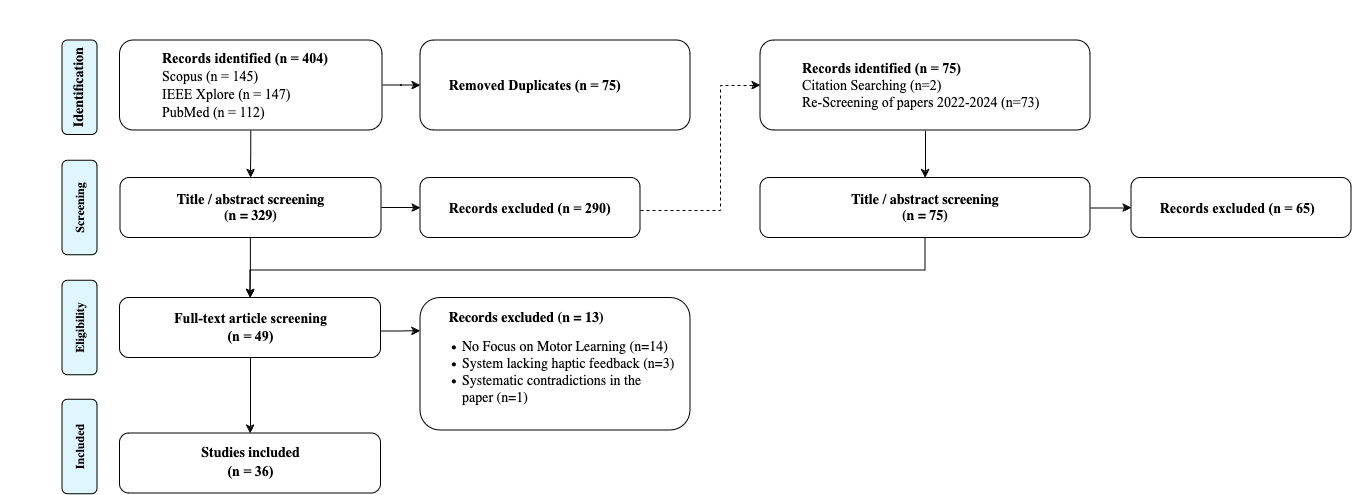
Hobsyllvin/Literature-Research-Master-Thesis keeps this draw.io diagram as figures/prisma_overview.png. Above is the earlier version. Source tidied: cells renumbered, new cells last; positions are measured from the earlier drawing's top-left corner, leaving out a move shared by most shapes.
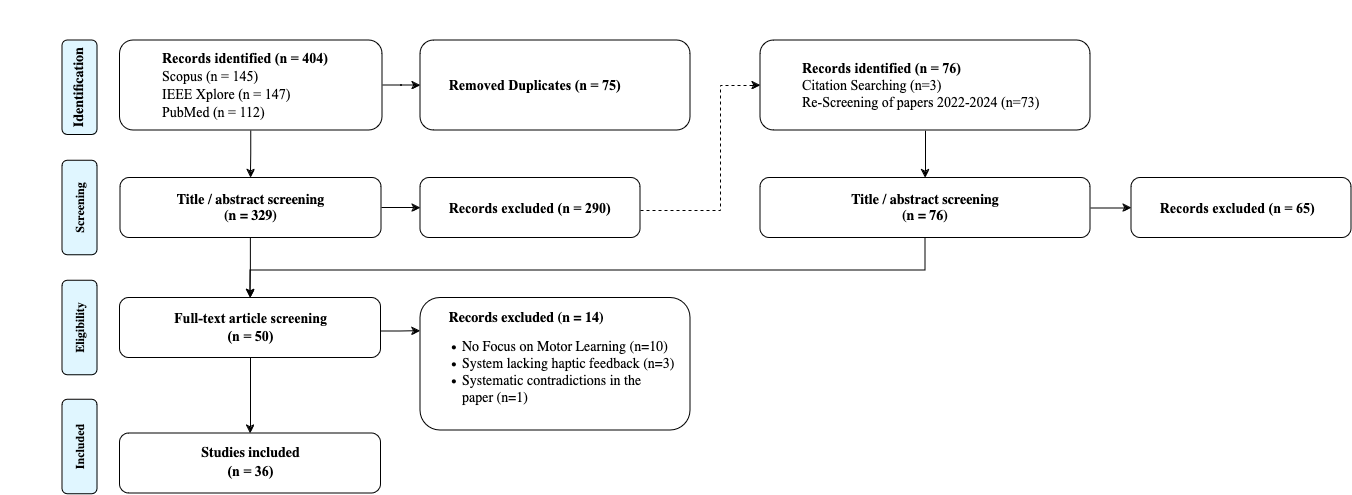
Later version of the same file.

The edit, as a diff of the source:
```diff
@@ -31,13 +31,13 @@
         </Array>
       </mxGeometry>
     </mxCell>
-    <mxCell id="10" value="&lt;div&gt;&lt;font style=&quot;font-size: 14px;&quot; face=&quot;Times New Roman&quot;&gt;&lt;b&gt;&lt;font&gt;Full-text article screening&lt;/font&gt;&lt;/b&gt;&lt;/font&gt;&lt;/div&gt;&lt;div&gt;&lt;b&gt;&lt;font style=&quot;font-size: 14px;&quot; face=&quot;Times New Roman&quot;&gt;(n = 49)&lt;/font&gt;&lt;font size=&quot;3&quot; face=&quot;kwr3ORwjJ1YsfLUXT_0h&quot;&gt;&lt;br&gt;&lt;/font&gt;&lt;/b&gt;&lt;/div&gt;" style="rounded=1;whiteSpace=wrap;html=1;fontSize=12;glass=0;strokeWidth=1;shadow=0;" parent="1" vertex="1">
+    <mxCell id="10" value="&lt;div&gt;&lt;font style=&quot;font-size: 14px;&quot; face=&quot;Times New Roman&quot;&gt;&lt;b&gt;&lt;font&gt;Full-text article screening&lt;/font&gt;&lt;/b&gt;&lt;/font&gt;&lt;/div&gt;&lt;div&gt;&lt;b&gt;&lt;font style=&quot;font-size: 14px;&quot; face=&quot;Times New Roman&quot;&gt;(n = 50)&lt;/font&gt;&lt;font size=&quot;3&quot; face=&quot;kwr3ORwjJ1YsfLUXT_0h&quot;&gt;&lt;br&gt;&lt;/font&gt;&lt;/b&gt;&lt;/div&gt;" style="rounded=1;whiteSpace=wrap;html=1;fontSize=12;glass=0;strokeWidth=1;shadow=0;" parent="1" vertex="1">
       <mxGeometry x="119.5" y="297.5" width="261" height="60" as="geometry" />
     </mxCell>
     <mxCell id="11" value="&lt;div align=&quot;left&quot;&gt;&lt;div&gt;&lt;font face=&quot;Times New Roman&quot;&gt;&lt;b&gt;&lt;font style=&quot;font-size: 14px;&quot;&gt;&lt;span style=&quot;white-space: pre;&quot;&gt;&#9;&lt;/span&gt;Records excluded (n = 290)&lt;/font&gt;&lt;/b&gt;&lt;/font&gt;&lt;/div&gt;&lt;/div&gt;" style="rounded=1;whiteSpace=wrap;html=1;fontSize=12;glass=0;strokeWidth=1;shadow=0;align=left;" parent="1" vertex="1">
       <mxGeometry x="420" y="177.5" width="220" height="60" as="geometry" />
     </mxCell>
-    <mxCell id="12" value="&lt;div align=&quot;justify&quot;&gt;&lt;b&gt;&lt;font style=&quot;font-size: 14px;&quot; face=&quot;Lucida Console&quot;&gt;&lt;span style=&quot;white-space: pre;&quot;&gt;&#9;&lt;/span&gt;Records excluded (n = 13)&lt;/font&gt;&lt;/b&gt;&lt;/div&gt;&lt;div align=&quot;justify&quot;&gt;&lt;ul&gt;&lt;li&gt;&lt;font style=&quot;font-size: 14px;&quot; face=&quot;mY5P2F2tdVI3r5gdOyLp&quot;&gt;No Focus on Motor Learning&lt;/font&gt;&lt;font style=&quot;font-size: 14px;&quot; face=&quot;mY5P2F2tdVI3r5gdOyLp&quot;&gt; (n=14)&lt;/font&gt;&lt;/li&gt;&lt;li&gt;&lt;font style=&quot;font-size: 14px;&quot; face=&quot;mY5P2F2tdVI3r5gdOyLp&quot;&gt;System lacking haptic feedback (n=3)&lt;/font&gt;&lt;/li&gt;&lt;li&gt;&lt;font style=&quot;font-size: 14px;&quot; face=&quot;mY5P2F2tdVI3r5gdOyLp&quot;&gt;Systematic contradictions in the &lt;br&gt;paper (n=1)&lt;br&gt;&lt;/font&gt;&lt;/li&gt;&lt;/ul&gt;&lt;/div&gt;" style="rounded=1;whiteSpace=wrap;html=1;fontSize=12;glass=0;strokeWidth=1;shadow=0;align=left;" parent="1" vertex="1">
+    <mxCell id="12" value="&lt;div align=&quot;justify&quot;&gt;&lt;b&gt;&lt;font style=&quot;font-size: 14px;&quot; face=&quot;Lucida Console&quot;&gt;&lt;span style=&quot;white-space: pre;&quot;&gt;&#9;&lt;/span&gt;Records excluded (n = 14)&lt;/font&gt;&lt;/b&gt;&lt;/div&gt;&lt;div align=&quot;justify&quot;&gt;&lt;ul&gt;&lt;li&gt;&lt;font style=&quot;font-size: 14px;&quot; face=&quot;mY5P2F2tdVI3r5gdOyLp&quot;&gt;No Focus on Motor Learning&lt;/font&gt;&lt;font style=&quot;font-size: 14px;&quot; face=&quot;mY5P2F2tdVI3r5gdOyLp&quot;&gt; (n=10)&lt;/font&gt;&lt;/li&gt;&lt;li&gt;&lt;font style=&quot;font-size: 14px;&quot; face=&quot;mY5P2F2tdVI3r5gdOyLp&quot;&gt;System lacking haptic feedback (n=3)&lt;/font&gt;&lt;/li&gt;&lt;li&gt;&lt;font style=&quot;font-size: 14px;&quot; face=&quot;mY5P2F2tdVI3r5gdOyLp&quot;&gt;Systematic contradictions in the &lt;br&gt;paper (n=1)&lt;br&gt;&lt;/font&gt;&lt;/li&gt;&lt;/ul&gt;&lt;/div&gt;" style="rounded=1;whiteSpace=wrap;html=1;fontSize=12;glass=0;strokeWidth=1;shadow=0;align=left;" parent="1" vertex="1">
       <mxGeometry x="420" y="297.5" width="270" height="132.5" as="geometry" />
     </mxCell>
     <mxCell id="13" value="&lt;div&gt;&lt;font style=&quot;font-size: 14px;&quot;&gt;&lt;b&gt;&lt;font face=&quot;Lucida Console&quot;&gt;Studies included&lt;/font&gt;&lt;/b&gt;&lt;/font&gt;&lt;/div&gt;&lt;div&gt;&lt;b&gt;&lt;font face=&quot;Times New Roman&quot; style=&quot;font-size: 14px;&quot;&gt;(n = 36)&lt;/font&gt;&lt;font face=&quot;HePOMZP5A3MMD9hjjT4f&quot; size=&quot;3&quot;&gt;&lt;br&gt;&lt;/font&gt;&lt;/b&gt;&lt;/div&gt;" style="rounded=1;whiteSpace=wrap;html=1;fontSize=12;glass=0;strokeWidth=1;shadow=0;" parent="1" vertex="1">
@@ -64,7 +64,7 @@
     <mxCell id="20" style="edgeStyle=orthogonalEdgeStyle;rounded=0;jettySize=auto;html=1;" parent="1" edge="1" source="21" target="24">
       <mxGeometry relative="1" as="geometry" />
     </mxCell>
-    <mxCell id="21" value="&lt;blockquote&gt;&lt;font face=&quot;Times New Roman&quot; style=&quot;font-size: 14px;&quot;&gt;&lt;b&gt;Records identified (n = 75)&lt;/b&gt;&lt;/font&gt;&lt;font face=&quot;Times New Roman&quot; style=&quot;font-size: 14px;&quot;&gt;&lt;br&gt;Citation Searching (n=2)&lt;br&gt;Re-Screening of papers 2022-2024 (n=73)&lt;br&gt;&lt;/font&gt;&lt;/blockquote&gt;" style="rounded=1;whiteSpace=wrap;html=1;fontSize=12;glass=0;strokeWidth=1;shadow=0;align=left;" parent="1" vertex="1">
+    <mxCell id="21" value="&lt;blockquote&gt;&lt;font face=&quot;Times New Roman&quot; style=&quot;font-size: 14px;&quot;&gt;&lt;b&gt;Records identified (n = 76)&lt;/b&gt;&lt;/font&gt;&lt;font face=&quot;Times New Roman&quot; style=&quot;font-size: 14px;&quot;&gt;&lt;br&gt;Citation Searching (n=3)&lt;br&gt;Re-Screening of papers 2022-2024 (n=73)&lt;br&gt;&lt;/font&gt;&lt;/blockquote&gt;" style="rounded=1;whiteSpace=wrap;html=1;fontSize=12;glass=0;strokeWidth=1;shadow=0;align=left;" parent="1" vertex="1">
       <mxGeometry x="760" y="40" width="330" height="90" as="geometry" />
     </mxCell>
     <mxCell id="22" style="edgeStyle=orthogonalEdgeStyle;rounded=0;jettySize=auto;html=1;" parent="1" edge="1" source="24" target="25">
@@ -78,7 +78,7 @@
         </Array>
       </mxGeometry>
     </mxCell>
-    <mxCell id="24" value="&lt;div&gt;&lt;font style=&quot;font-size: 14px;&quot;&gt;&lt;b&gt;&lt;font face=&quot;Lucida Console&quot;&gt;Title / abstract screening&lt;/font&gt;&lt;/b&gt;&lt;/font&gt;&lt;/div&gt;&lt;div&gt;&lt;b&gt;&lt;font style=&quot;font-size: 14px;&quot; face=&quot;Vf-fnMTilvaQMkSSkMgD&quot;&gt;(n = 75)&lt;br&gt;&lt;/font&gt;&lt;/b&gt;&lt;/div&gt;" style="rounded=1;whiteSpace=wrap;html=1;fontSize=12;glass=0;strokeWidth=1;shadow=0;" parent="1" vertex="1">
+    <mxCell id="24" value="&lt;div&gt;&lt;font style=&quot;font-size: 14px;&quot;&gt;&lt;b&gt;&lt;font face=&quot;Lucida Console&quot;&gt;Title / abstract screening&lt;/font&gt;&lt;/b&gt;&lt;/font&gt;&lt;/div&gt;&lt;div&gt;&lt;b&gt;&lt;font style=&quot;font-size: 14px;&quot; face=&quot;Vf-fnMTilvaQMkSSkMgD&quot;&gt;(n = 76)&lt;br&gt;&lt;/font&gt;&lt;/b&gt;&lt;/div&gt;" style="rounded=1;whiteSpace=wrap;html=1;fontSize=12;glass=0;strokeWidth=1;shadow=0;" parent="1" vertex="1">
       <mxGeometry x="760" y="177.5" width="330" height="60" as="geometry" />
     </mxCell>
     <mxCell id="25" value="&lt;div align=&quot;left&quot;&gt;&lt;div&gt;&lt;font face=&quot;Times New Roman&quot;&gt;&lt;b&gt;&lt;font style=&quot;font-size: 14px;&quot;&gt;&lt;span style=&quot;white-space: pre;&quot;&gt;&#9;&lt;/span&gt;Records excluded (n = 65)&lt;/font&gt;&lt;/b&gt;&lt;/font&gt;&lt;/div&gt;&lt;/div&gt;" style="rounded=1;whiteSpace=wrap;html=1;fontSize=12;glass=0;strokeWidth=1;shadow=0;align=left;" parent="1" vertex="1">
```
